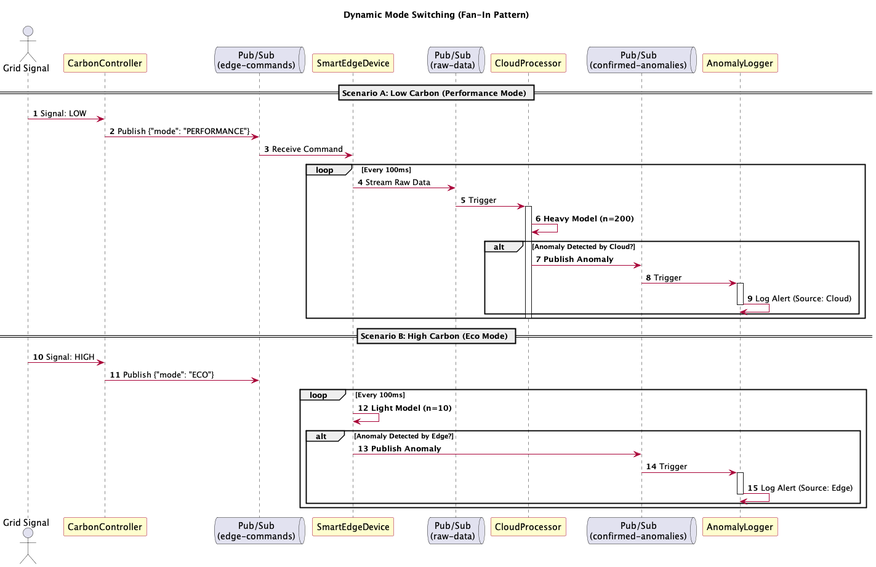
The PlantUML diagram plans/out/sequence/sequence.png in Taki224/AI-Architecture-and-Cloud-Computing-Final-Project, before a commit.
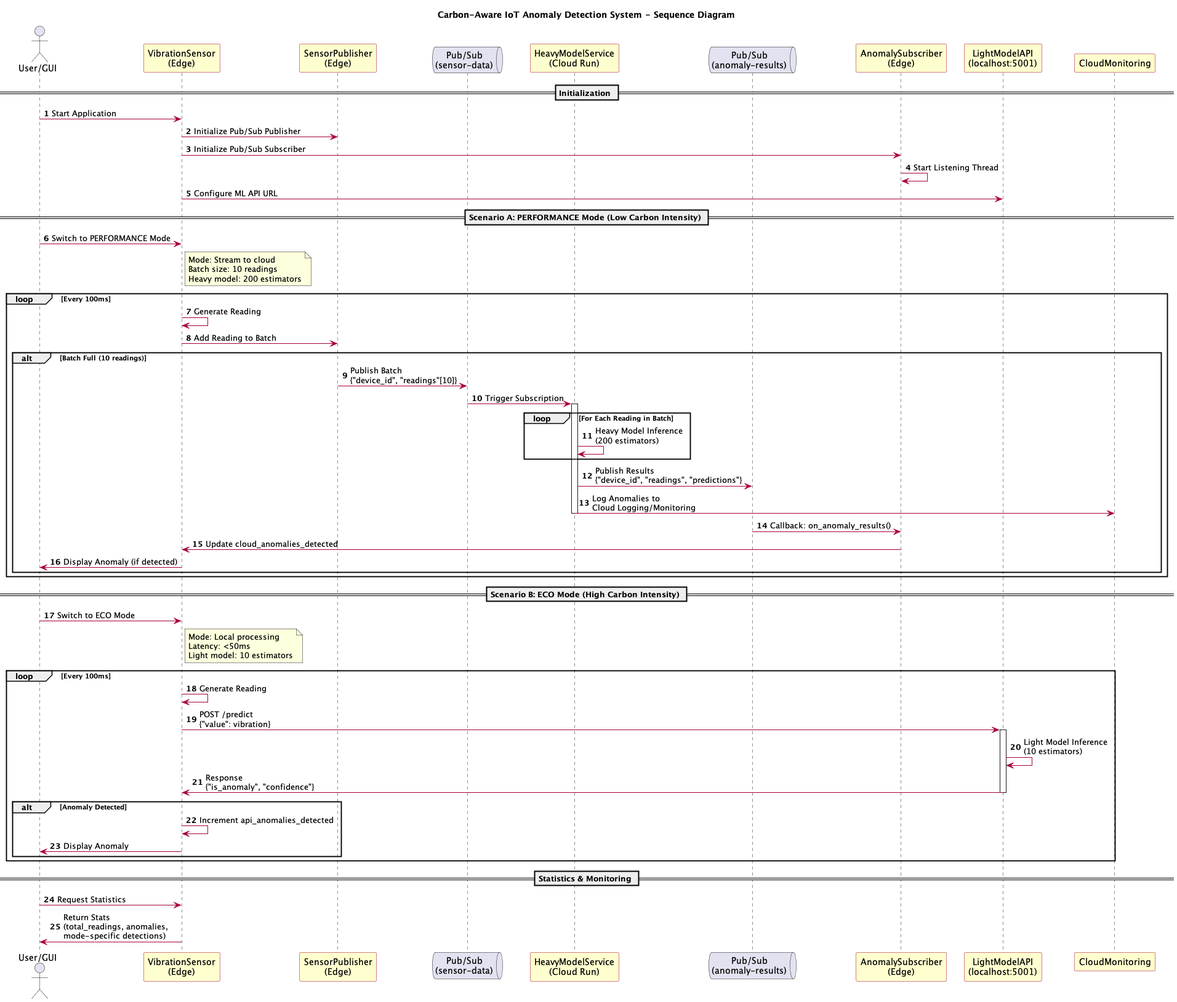
The same diagram one commit later.

Commit message:
fix: Correct sequence diagram references and update content for clarity

The edit, as a diff of the source:
```diff
@@ -5,52 +5,80 @@
 skinparam participantBorderColor #A80036
 skinparam arrowColor #A80036
 
-title Dynamic Mode Switching (Fan-In Pattern)
+title Carbon-Aware IoT Anomaly Detection System - Sequence Diagram
 
-actor "Grid Signal" as Grid
-participant "CarbonController" as Controller
-queue "Pub/Sub\n(edge-commands)" as CmdTopic
-participant "SmartEdgeDevice" as Edge
-queue "Pub/Sub\n(raw-data)" as RawTopic
-participant "CloudProcessor" as CloudAI
-queue "Pub/Sub\n(confirmed-anomalies)" as AnomTopic
-participant "AnomalyLogger" as Logger
+actor "User/GUI" as User
+participant "VibrationSensor\n(Edge)" as Sensor
+participant "SensorPublisher\n(Edge)" as Publisher
+queue "Pub/Sub\n(sensor-data)" as SensorTopic
+participant "HeavyModelService\n(Cloud Run)" as HeavyAPI
+queue "Pub/Sub\n(anomaly-results)" as ResultTopic
+participant "AnomalySubscriber\n(Edge)" as Subscriber
+participant "LightModelAPI\n(localhost:5001)" as LightAPI
+participant "CloudMonitoring" as Monitor
 
-== Scenario A: Low Carbon (Performance Mode) ==
-Grid -> Controller : Signal: LOW
-Controller -> CmdTopic : Publish {"mode": "PERFORMANCE"}
-CmdTopic -> Edge : Receive Command
+== Initialization ==
+User -> Sensor : Start Application
+Sensor -> Publisher : Initialize Pub/Sub Publisher
+Sensor -> Subscriber : Initialize Pub/Sub Subscriber
+Subscriber -> Subscriber : Start Listening Thread
+Sensor -> LightAPI : Configure ML API URL
+
+== Scenario A: PERFORMANCE Mode (Low Carbon Intensity) ==
+User -> Sensor : Switch to PERFORMANCE Mode
+note right of Sensor
+  Mode: Stream to cloud
+  Batch size: 10 readings
+  Heavy model: 200 estimators
+end note
 
 loop Every 100ms
-    Edge -> RawTopic : Stream Raw Data
-    RawTopic -> CloudAI : Trigger
-    activate CloudAI
-    CloudAI -> CloudAI : **Heavy Model (n=200)**
+    Sensor -> Sensor : Generate Reading
+    Sensor -> Publisher : Add Reading to Batch
 
-    alt Anomaly Detected by Cloud?
-        CloudAI -> AnomTopic : **Publish Anomaly**
-        AnomTopic -> Logger : Trigger
-        activate Logger
-        Logger -> Logger : Log Alert (Source: Cloud)
-        deactivate Logger
-    end
-    deactivate CloudAI
-end
+    alt Batch Full (10 readings)
+        Publisher -> SensorTopic : Publish Batch\n{"device_id", "readings"[10]}
+        SensorTopic -> HeavyAPI : Trigger Subscription
+        activate HeavyAPI
 
-== Scenario B: High Carbon (Eco Mode) ==
-Grid -> Controller : Signal: HIGH
-Controller -> CmdTopic : Publish {"mode": "ECO"}
+        loop For Each Reading in Batch
+            HeavyAPI -> HeavyAPI : Heavy Model Inference\n(200 estimators)
+        end
 
-loop Every 100ms
-    Edge -> Edge : **Light Model (n=10)**
+        HeavyAPI -> ResultTopic : Publish Results\n{"device_id", "readings", "predictions"}
+        HeavyAPI -> Monitor : Log Anomalies to\nCloud Logging/Monitoring
+        deactivate HeavyAPI
 
-    alt Anomaly Detected by Edge?
-        Edge -> AnomTopic : **Publish Anomaly**
-        AnomTopic -> Logger : Trigger
-        activate Logger
-        Logger -> Logger : Log Alert (Source: Edge)
-        deactivate Logger
+        ResultTopic -> Subscriber : Callback: on_anomaly_results()
+        Subscriber -> Sensor : Update cloud_anomalies_detected
+        Sensor -> User : Display Anomaly (if detected)
     end
 end
 
+== Scenario B: ECO Mode (High Carbon Intensity) ==
+User -> Sensor : Switch to ECO Mode
+note right of Sensor
+  Mode: Local processing
+  Latency: <50ms
+  Light model: 10 estimators
+end note
+
+loop Every 100ms
+    Sensor -> Sensor : Generate Reading
+    Sensor -> LightAPI : POST /predict\n{"value": vibration}
+    activate LightAPI
+    LightAPI -> LightAPI : Light Model Inference\n(10 estimators)
+    LightAPI -> Sensor : Response\n{"is_anomaly", "confidence"}
+    deactivate LightAPI
+
+    alt Anomaly Detected
+        Sensor -> Sensor : Increment api_anomalies_detected
+        Sensor -> User : Display Anomaly
+    end
+end
+
+== Statistics & Monitoring ==
+User -> Sensor : Request Statistics
+Sensor -> User : Return Stats\n(total_readings, anomalies,\nmode-specific detections)
+
 @enduml
```
